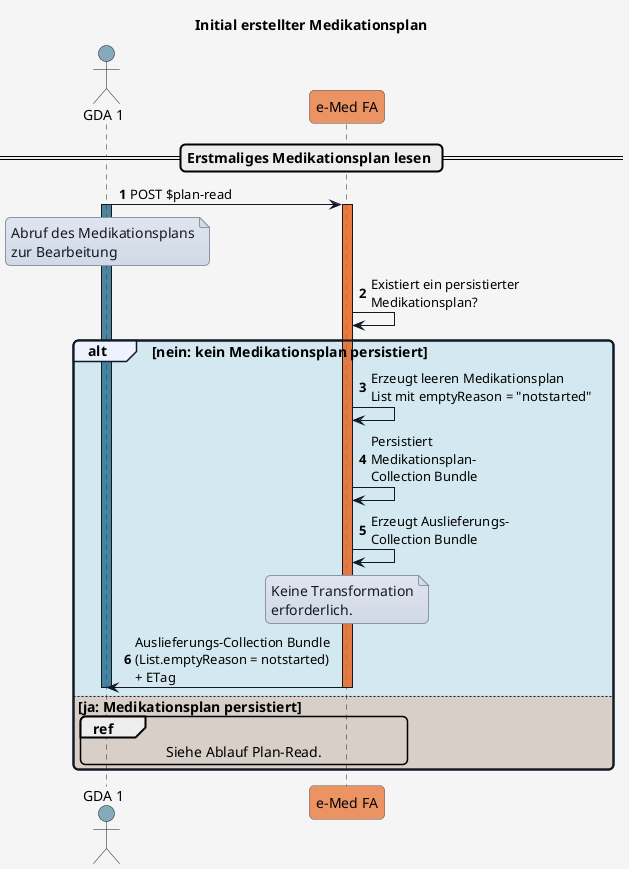
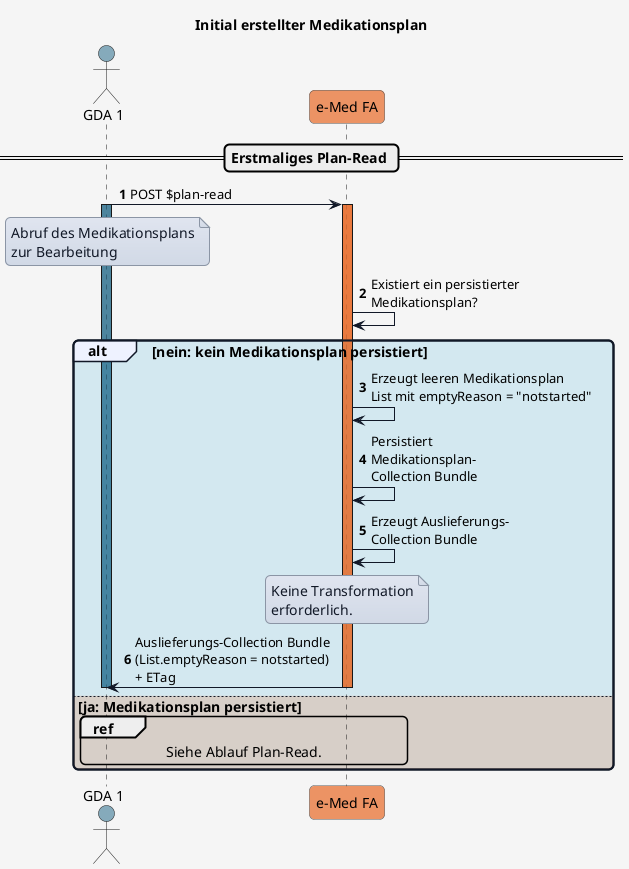
@startuml

title Initial erstellter Medikationsplan

'skinparam actorStyle awesome

skinparam borderColor #000000
skinparam backgroundColor #f5f5f5
skinparam shadowing false
skinparam roundCorner 10
skinparam defaultFontName "Arial"
skinparam defaultFontSize 14
skinparam defaultFontColor #000000
skinparam HyperlinkColor #0000EE
skinparam HyperlinkUnderline false
skinparam BoxPadding 20
skinparam BoxBorderColor #555555

skinparam note {
  BackgroundColor #e0e5f0-#d1d9e6
  BorderColor #8b95a5
  BorderThickness 1
  RoundCorner 0
  Padding 6
  FontColor #111827
  Shadowing false
}

skinparam sequence {
  ParticipantBorderColor #555555
  ParticipantBackgroundColor #ffffff
  ParticipantFontColor #000000
  ParticipantFontSize 14
  ParticipantPadding 20
  ArrowColor #111827
  ArrowThickness 1
  ArrowFontColor #000000
  ArrowFontSize 13
  GroupBorderColor #111827
  GroupBackgroundColor #eef2ff
  GroupBorderThickness 2
}

!define COLOR_GDA_1    #15608280
!define COLOR_GDA_2    #96607D80
!define COLOR_PATIENT  #196B2480
!define COLOR_APO      #0F9ED590
!define COLOR_EMED_FA  #e97232bd
!define COLOR_E_REZEPT #cd3732a9

!define COLOR_OK       #0F9ED525
!define COLOR_ERROR    #E9713235

actor GDA_1 as "GDA 1" COLOR_GDA_1
participant eMed_FA as "e-Med FA" COLOR_EMED_FA

autonumber

- == Erstmaliges Medikationsplan lesen ==
+ == Erstmaliges Plan-Read ==

GDA_1 -> eMed_FA: POST $plan-read
activate GDA_1 COLOR_GDA_1

note over GDA_1
Abruf des Medikationsplans
zur Bearbeitung
end note

activate eMed_FA COLOR_EMED_FA
eMed_FA -> eMed_FA: Existiert ein persistierter\nMedikationsplan?

alt COLOR_OK nein: kein Medikationsplan persistiert

  eMed_FA -> eMed_FA: Erzeugt leeren Medikationsplan\nList mit emptyReason = "notstarted"
  eMed_FA -> eMed_FA: Persistiert\nMedikationsplan-\nCollection Bundle
  eMed_FA -> eMed_FA: Erzeugt Auslieferungs-\nCollection Bundle

  note over eMed_FA
  Keine Transformation
  erforderlich.
  end note
  eMed_FA -> GDA_1: Auslieferungs-Collection Bundle\n(List.emptyReason = notstarted)\n+ ETag
  deactivate eMed_FA


else COLOR_ERROR ja: Medikationsplan persistiert

  ref over GDA_1,eMed_FA
  Siehe Ablauf Plan-Read.
  end ref

deactivate GDA_1
end


@enduml